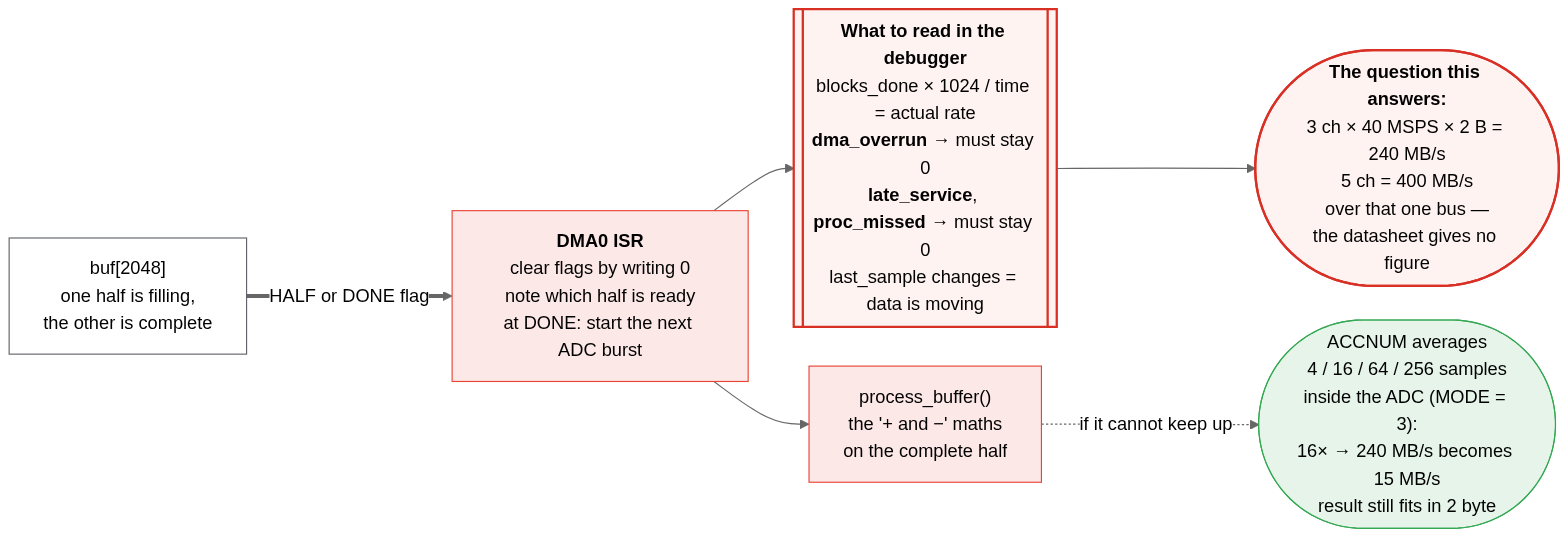
Before: docs/04_cpu_and_counters.png, a diagram exported from Mermaid (MicrochipTech/dspic33a-high-speed-adc-example). Its source is kept beside it as docs/04_cpu_and_counters.mmd.
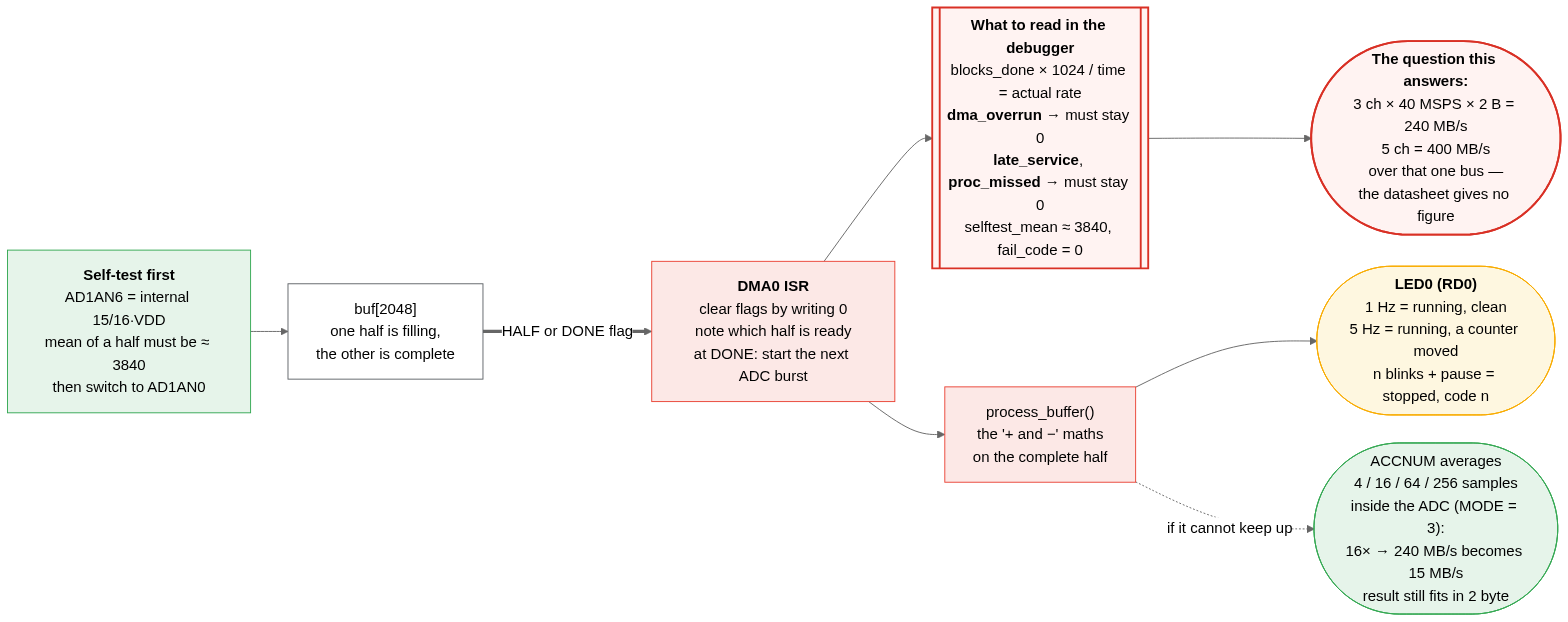
The same diagram one commit later.

Commit message:
Tailor the example to the EV17P63A: self-test, LED status codes, bounded waits

The edit, as a diff of the source:
```diff
@@ -1,9 +1,11 @@
 %%{init: {'theme':'neutral', 'flowchart':{'curve':'basis','nodeSpacing':30,'rankSpacing':40,'htmlLabels':true}}}%%
 flowchart LR
 
+    ST["<b>Self-test first</b><br/>AD1AN6 = internal 15/16·VDD<br/>mean of a half must be ≈ 3840<br/>then switch to AD1AN0"] --> BUFS
     BUFS["buf[2048]<br/>one half is filling,<br/>the other is complete"] == "HALF or DONE flag" ==> ISR["<b>DMA0 ISR</b><br/>clear flags by writing 0<br/>note which half is ready<br/>at DONE: start the next ADC burst"]
-    ISR --> CNT[["<b>What to read in the debugger</b><br/>blocks_done × 1024 / time = actual rate<br/><b>dma_overrun</b> → must stay 0<br/><b>late_service</b>, <b>proc_missed</b> → must stay 0<br/>last_sample changes = data is moving"]]
+    ISR --> CNT[["<b>What to read in the debugger</b><br/>blocks_done × 1024 / time = actual rate<br/><b>dma_overrun</b> → must stay 0<br/><b>late_service</b>, <b>proc_missed</b> → must stay 0<br/>selftest_mean ≈ 3840, fail_code = 0"]]
     ISR --> PROC["process_buffer()<br/>the '+ and −' maths<br/>on the complete half"]
+    PROC --> LED(["<b>LED0 (RD0)</b><br/>1 Hz = running, clean<br/>5 Hz = running, a counter moved<br/>n blinks + pause = stopped, code n"])
     CNT --> ANS(["<b>The question this answers:</b><br/>3 ch × 40 MSPS × 2 B = 240 MB/s<br/>5 ch = 400 MB/s<br/>over that one bus —<br/>the datasheet gives no figure"])
     PROC -. "if it cannot keep up" .-> FIX(["ACCNUM averages<br/>4 / 16 / 64 / 256 samples<br/>inside the ADC (MODE = 3):<br/>16× → 240 MB/s becomes 15 MB/s<br/>result still fits in 2 byte"])
 
@@ -15,6 +17,8 @@
     classDef buf  fill:#ffffff,stroke:#5f6368
 
     class BUFS buf
+    class ST adc
     class ISR,PROC cpu
     class CNT,ANS warn
+    class LED dma
     class FIX adc
```
